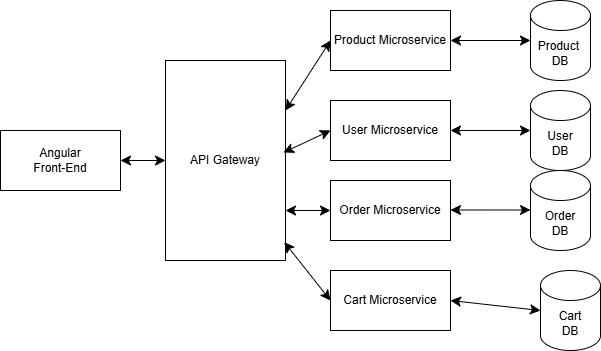
MatthewMing11/AdvancedStore keeps this draw.io diagram as architecture.png. Above is the earlier version. Source tidied: cells renumbered, new cells last; positions are measured from the earlier drawing's top-left corner, leaving out a move shared by most shapes. The source it was exported from:
```xml
<mxGraphModel>
  <root>
    <mxCell id="0" />
    <mxCell id="1" parent="0" />
    <mxCell id="2" value="Angular&lt;div&gt;Front-End&lt;/div&gt;" style="rounded=0;whiteSpace=wrap;html=1;" parent="1" vertex="1">
      <mxGeometry y="130" width="120" height="60" as="geometry" />
    </mxCell>
    <mxCell id="3" value="&lt;div&gt;&lt;span style=&quot;background-color: transparent; color: light-dark(rgb(0, 0, 0), rgb(255, 255, 255));&quot;&gt;API Gateway&lt;/span&gt;&lt;/div&gt;" style="rounded=0;whiteSpace=wrap;html=1;" parent="1" vertex="1">
      <mxGeometry x="165" y="60" width="120" height="200" as="geometry" />
    </mxCell>
    <mxCell id="4" value="Product Microservice" style="rounded=0;whiteSpace=wrap;html=1;" parent="1" vertex="1">
      <mxGeometry x="330" y="10" width="120" height="60" as="geometry" />
    </mxCell>
    <mxCell id="5" value="User Microservice" style="rounded=0;whiteSpace=wrap;html=1;" parent="1" vertex="1">
      <mxGeometry x="330" y="100" width="120" height="60" as="geometry" />
    </mxCell>
    <mxCell id="6" value="Order Microservice" style="rounded=0;whiteSpace=wrap;html=1;" parent="1" vertex="1">
      <mxGeometry x="330" y="180" width="120" height="60" as="geometry" />
    </mxCell>
    <mxCell id="7" value="Product&amp;nbsp;&lt;div&gt;DB&lt;/div&gt;" style="shape=cylinder3;whiteSpace=wrap;html=1;boundedLbl=1;backgroundOutline=1;size=15;" parent="1" vertex="1">
      <mxGeometry x="530" width="60" height="80" as="geometry" />
    </mxCell>
    <mxCell id="8" value="Cart Microservice" style="rounded=0;whiteSpace=wrap;html=1;" parent="1" vertex="1">
      <mxGeometry x="330" y="270" width="120" height="60" as="geometry" />
    </mxCell>
    <mxCell id="9" value="Order&lt;div&gt;&lt;span style=&quot;background-color: transparent; color: light-dark(rgb(0, 0, 0), rgb(255, 255, 255));&quot;&gt;DB&lt;/span&gt;&lt;/div&gt;" style="shape=cylinder3;whiteSpace=wrap;html=1;boundedLbl=1;backgroundOutline=1;size=15;" parent="1" vertex="1">
      <mxGeometry x="530" y="170" width="60" height="80" as="geometry" />
    </mxCell>
    <mxCell id="10" value="User&lt;div&gt;DB&lt;/div&gt;" style="shape=cylinder3;whiteSpace=wrap;html=1;boundedLbl=1;backgroundOutline=1;size=15;" parent="1" vertex="1">
      <mxGeometry x="530" y="90" width="60" height="80" as="geometry" />
    </mxCell>
    <mxCell id="11" value="Cart&lt;div&gt;DB&lt;/div&gt;" style="shape=cylinder3;whiteSpace=wrap;html=1;boundedLbl=1;backgroundOutline=1;size=15;" parent="1" vertex="1">
      <mxGeometry x="540" y="270" width="60" height="80" as="geometry" />
    </mxCell>
    <mxCell id="12" style="endArrow=classic;startArrow=classic;html=1;rounded=0;fontSize=12;startSize=8;endSize=8;curved=1;entryX=0;entryY=0.5;entryDx=0;entryDy=0;entryPerimeter=0;exitX=1;exitY=0.5;exitDx=0;exitDy=0;" parent="1" edge="1" source="4" target="7">
      <mxGeometry relative="1" as="geometry" />
    </mxCell>
    <mxCell id="13" style="endArrow=classic;startArrow=classic;html=1;rounded=0;fontSize=12;startSize=8;endSize=8;curved=1;entryX=0;entryY=0.5;entryDx=0;entryDy=0;entryPerimeter=0;exitX=1;exitY=0.5;exitDx=0;exitDy=0;" parent="1" edge="1" source="5" target="10">
      <mxGeometry relative="1" as="geometry" />
    </mxCell>
    <mxCell id="14" style="endArrow=classic;startArrow=classic;html=1;rounded=0;fontSize=12;startSize=8;endSize=8;curved=1;entryX=0;entryY=0.5;entryDx=0;entryDy=0;entryPerimeter=0;exitX=1;exitY=0.5;exitDx=0;exitDy=0;" parent="1" edge="1">
      <mxGeometry relative="1" as="geometry">
        <mxPoint x="450" y="209.5" as="sourcePoint" />
        <mxPoint x="530" y="209.5" as="targetPoint" />
      </mxGeometry>
    </mxCell>
    <mxCell id="15" style="endArrow=classic;startArrow=classic;html=1;rounded=0;fontSize=12;startSize=8;endSize=8;curved=1;entryX=0;entryY=0.5;entryDx=0;entryDy=0;entryPerimeter=0;exitX=1;exitY=0.5;exitDx=0;exitDy=0;" parent="1" edge="1" source="8" target="11">
      <mxGeometry relative="1" as="geometry" />
    </mxCell>
    <mxCell id="16" style="endArrow=classic;startArrow=classic;html=1;rounded=0;fontSize=12;startSize=8;endSize=8;curved=1;exitX=1;exitY=0.5;exitDx=0;exitDy=0;" parent="1" edge="1" source="2" target="3">
      <mxGeometry relative="1" as="geometry" />
    </mxCell>
    <mxCell id="17" style="endArrow=classic;startArrow=classic;html=1;rounded=0;fontSize=12;startSize=8;endSize=8;curved=1;exitX=1;exitY=0.25;exitDx=0;exitDy=0;entryX=0;entryY=0.5;entryDx=0;entryDy=0;" parent="1" edge="1" source="3" target="4">
      <mxGeometry relative="1" as="geometry" />
    </mxCell>
    <mxCell id="18" style="endArrow=classic;startArrow=classic;html=1;rounded=0;fontSize=12;startSize=8;endSize=8;curved=1;exitX=1;exitY=0.75;exitDx=0;exitDy=0;entryX=0;entryY=0.5;entryDx=0;entryDy=0;" parent="1" edge="1" source="3" target="6">
      <mxGeometry relative="1" as="geometry" />
    </mxCell>
    <mxCell id="19" style="endArrow=classic;startArrow=classic;html=1;rounded=0;fontSize=12;startSize=8;endSize=8;curved=1;exitX=0.983;exitY=0.46;exitDx=0;exitDy=0;exitPerimeter=0;entryX=0;entryY=0.5;entryDx=0;entryDy=0;" parent="1" edge="1" source="3" target="5">
      <mxGeometry relative="1" as="geometry" />
    </mxCell>
    <mxCell id="20" style="endArrow=classic;startArrow=classic;html=1;rounded=0;fontSize=12;startSize=8;endSize=8;curved=1;exitX=0.99;exitY=0.908;exitDx=0;exitDy=0;exitPerimeter=0;entryX=0;entryY=0.5;entryDx=0;entryDy=0;" parent="1" edge="1" source="3" target="8">
      <mxGeometry relative="1" as="geometry" />
    </mxCell>
  </root>
</mxGraphModel>
```
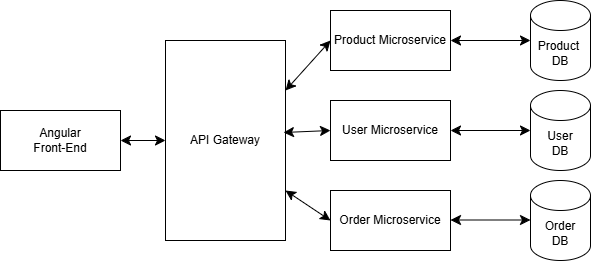
Above is the later version.

Commit message:
updated architecture diagram

Change to the diagram source:
```diff
@@ -9,29 +9,23 @@
       <mxGeometry x="165" y="60" width="120" height="200" as="geometry" />
     </mxCell>
     <mxCell id="4" value="Product Microservice" style="rounded=0;whiteSpace=wrap;html=1;" parent="1" vertex="1">
-      <mxGeometry x="330" y="10" width="120" height="60" as="geometry" />
+      <mxGeometry x="330" y="30" width="120" height="60" as="geometry" />
     </mxCell>
     <mxCell id="5" value="User Microservice" style="rounded=0;whiteSpace=wrap;html=1;" parent="1" vertex="1">
-      <mxGeometry x="330" y="100" width="120" height="60" as="geometry" />
+      <mxGeometry x="330" y="120" width="120" height="60" as="geometry" />
     </mxCell>
     <mxCell id="6" value="Order Microservice" style="rounded=0;whiteSpace=wrap;html=1;" parent="1" vertex="1">
-      <mxGeometry x="330" y="180" width="120" height="60" as="geometry" />
+      <mxGeometry x="330" y="210" width="120" height="60" as="geometry" />
     </mxCell>
     <mxCell id="7" value="Product&amp;nbsp;&lt;div&gt;DB&lt;/div&gt;" style="shape=cylinder3;whiteSpace=wrap;html=1;boundedLbl=1;backgroundOutline=1;size=15;" parent="1" vertex="1">
-      <mxGeometry x="530" width="60" height="80" as="geometry" />
+      <mxGeometry x="530" y="20" width="60" height="80" as="geometry" />
     </mxCell>
-    <mxCell id="8" value="Cart Microservice" style="rounded=0;whiteSpace=wrap;html=1;" parent="1" vertex="1">
-      <mxGeometry x="330" y="270" width="120" height="60" as="geometry" />
-    </mxCell>
     <mxCell id="9" value="Order&lt;div&gt;&lt;span style=&quot;background-color: transparent; color: light-dark(rgb(0, 0, 0), rgb(255, 255, 255));&quot;&gt;DB&lt;/span&gt;&lt;/div&gt;" style="shape=cylinder3;whiteSpace=wrap;html=1;boundedLbl=1;backgroundOutline=1;size=15;" parent="1" vertex="1">
-      <mxGeometry x="530" y="170" width="60" height="80" as="geometry" />
+      <mxGeometry x="530" y="200" width="60" height="80" as="geometry" />
     </mxCell>
     <mxCell id="10" value="User&lt;div&gt;DB&lt;/div&gt;" style="shape=cylinder3;whiteSpace=wrap;html=1;boundedLbl=1;backgroundOutline=1;size=15;" parent="1" vertex="1">
-      <mxGeometry x="530" y="90" width="60" height="80" as="geometry" />
+      <mxGeometry x="530" y="110" width="60" height="80" as="geometry" />
     </mxCell>
-    <mxCell id="11" value="Cart&lt;div&gt;DB&lt;/div&gt;" style="shape=cylinder3;whiteSpace=wrap;html=1;boundedLbl=1;backgroundOutline=1;size=15;" parent="1" vertex="1">
-      <mxGeometry x="540" y="270" width="60" height="80" as="geometry" />
-    </mxCell>
     <mxCell id="12" style="endArrow=classic;startArrow=classic;html=1;rounded=0;fontSize=12;startSize=8;endSize=8;curved=1;entryX=0;entryY=0.5;entryDx=0;entryDy=0;entryPerimeter=0;exitX=1;exitY=0.5;exitDx=0;exitDy=0;" parent="1" edge="1" source="4" target="7">
       <mxGeometry relative="1" as="geometry" />
     </mxCell>
@@ -40,13 +34,10 @@
     </mxCell>
     <mxCell id="14" style="endArrow=classic;startArrow=classic;html=1;rounded=0;fontSize=12;startSize=8;endSize=8;curved=1;entryX=0;entryY=0.5;entryDx=0;entryDy=0;entryPerimeter=0;exitX=1;exitY=0.5;exitDx=0;exitDy=0;" parent="1" edge="1">
       <mxGeometry relative="1" as="geometry">
-        <mxPoint x="450" y="209.5" as="sourcePoint" />
-        <mxPoint x="530" y="209.5" as="targetPoint" />
+        <mxPoint x="450" y="239.5" as="sourcePoint" />
+        <mxPoint x="530" y="239.5" as="targetPoint" />
       </mxGeometry>
     </mxCell>
-    <mxCell id="15" style="endArrow=classic;startArrow=classic;html=1;rounded=0;fontSize=12;startSize=8;endSize=8;curved=1;entryX=0;entryY=0.5;entryDx=0;entryDy=0;entryPerimeter=0;exitX=1;exitY=0.5;exitDx=0;exitDy=0;" parent="1" edge="1" source="8" target="11">
-      <mxGeometry relative="1" as="geometry" />
-    </mxCell>
     <mxCell id="16" style="endArrow=classic;startArrow=classic;html=1;rounded=0;fontSize=12;startSize=8;endSize=8;curved=1;exitX=1;exitY=0.5;exitDx=0;exitDy=0;" parent="1" edge="1" source="2" target="3">
       <mxGeometry relative="1" as="geometry" />
     </mxCell>
@@ -59,8 +50,5 @@
     <mxCell id="19" style="endArrow=classic;startArrow=classic;html=1;rounded=0;fontSize=12;startSize=8;endSize=8;curved=1;exitX=0.983;exitY=0.46;exitDx=0;exitDy=0;exitPerimeter=0;entryX=0;entryY=0.5;entryDx=0;entryDy=0;" parent="1" edge="1" source="3" target="5">
       <mxGeometry relative="1" as="geometry" />
     </mxCell>
-    <mxCell id="20" style="endArrow=classic;startArrow=classic;html=1;rounded=0;fontSize=12;startSize=8;endSize=8;curved=1;exitX=0.99;exitY=0.908;exitDx=0;exitDy=0;exitPerimeter=0;entryX=0;entryY=0.5;entryDx=0;entryDy=0;" parent="1" edge="1" source="3" target="8">
-      <mxGeometry relative="1" as="geometry" />
-    </mxCell>
   </root>
 </mxGraphModel>
```
